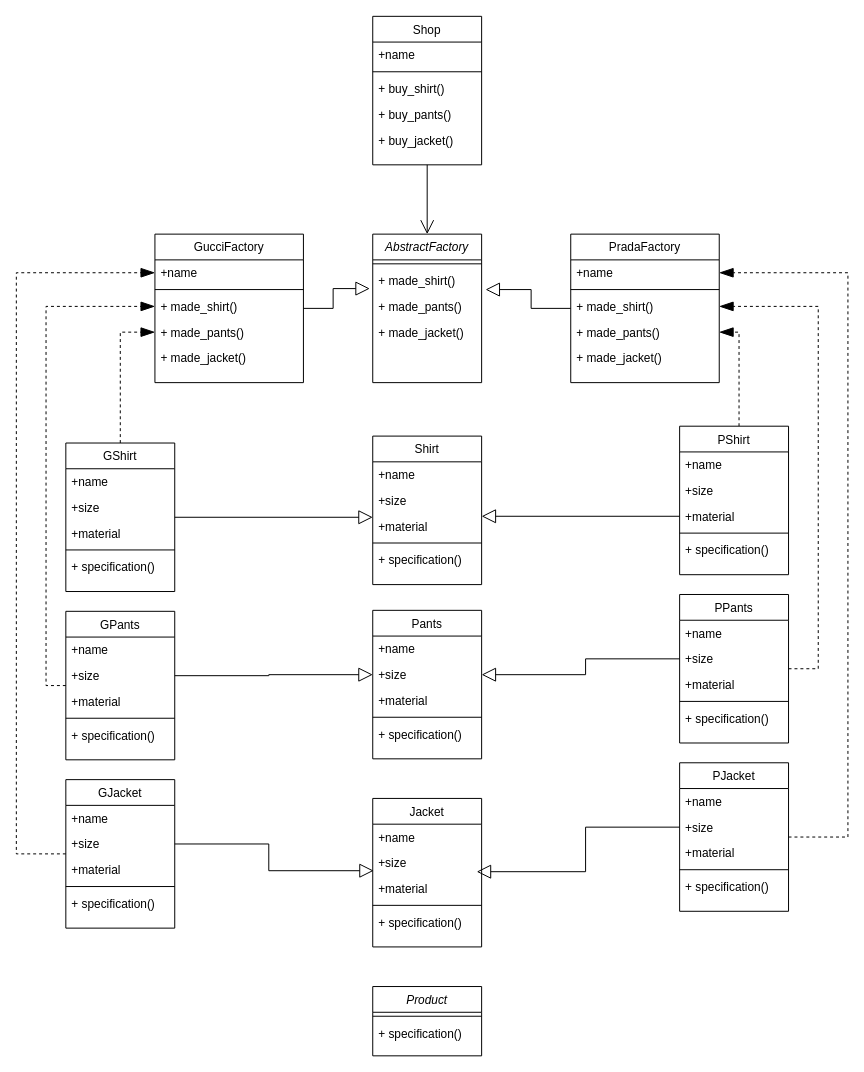
This is abstract_factory_UML.drawio from cookArehere/patterns, a draw.io file, before an edit. Source tidied: cells renumbered, new cells numbered last; positions are measured from the earlier drawing's top-left corner, leaving out a move shared by most shapes. Both pictures are drawn from the tidied source at 99%, with x=0, y=0 at pixel (16, 16).
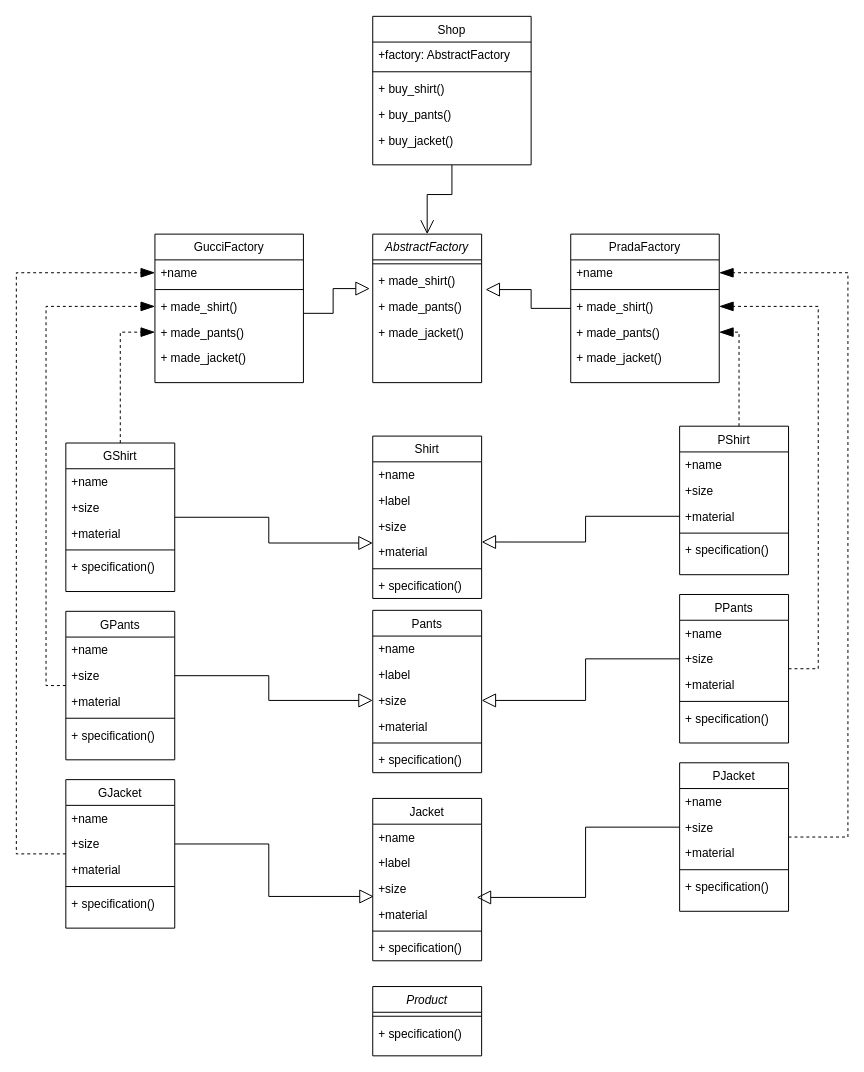
The same diagram, later.

Unchanged cells that the change refers to:
```xml
<mxCell id="4" value="+ made_shirt()" style="text;align=left;verticalAlign=top;spacingLeft=4;spacingRight=4;overflow=hidden;points=[[0,0.5],[1,0.5]];portConstraint=eastwest;" parent="2" vertex="1">
  <mxGeometry y="34" width="110" height="26" as="geometry" />
</mxCell>
<mxCell id="43" value="GucciFactory" style="swimlane;fontStyle=0;align=center;verticalAlign=top;horizontal=1;startSize=26;rounded=0;shadow=0;strokeWidth=1;" parent="28" vertex="1">
  <mxGeometry x="90" width="150" height="150" as="geometry" />
</mxCell>
```

The edit, as a diff of the source:
```diff
@@
     <mxCell id="10" value="Shirt" style="swimlane;fontStyle=0;align=center;verticalAlign=top;horizontal=1;startSize=26;rounded=0;shadow=0;strokeWidth=1;" parent="1" vertex="1">
-      <mxGeometry x="360" y="424" width="110" height="150" as="geometry" />
+      <mxGeometry x="360" y="424" width="110" height="164" as="geometry" />
     </mxCell>
@@
+    <mxCell id="99" value="+label" style="text;align=left;verticalAlign=top;spacingLeft=4;spacingRight=4;overflow=hidden;" parent="10" vertex="1">
+      <mxGeometry y="52" width="110" height="26" as="geometry" />
+    </mxCell>
     <mxCell id="12" value="+size" style="text;align=left;verticalAlign=top;spacingLeft=4;spacingRight=4;overflow=hidden;" parent="10" vertex="1">
-      <mxGeometry y="52" width="110" height="26" as="geometry" />
+      <mxGeometry y="78" width="110" height="26" as="geometry" />
     </mxCell>
     <mxCell id="13" value="+material" style="text;align=left;verticalAlign=top;spacingLeft=4;spacingRight=4;overflow=hidden;points=[[0,0.5],[1,0.5]];portConstraint=eastwest;" parent="10" vertex="1">
-      <mxGeometry y="78" width="110" height="26" as="geometry" />
+      <mxGeometry y="104" width="110" height="26" as="geometry" />
     </mxCell>
     <mxCell id="14" style="line;html=1;strokeWidth=1;align=left;verticalAlign=middle;spacingTop=-1;spacingLeft=3;spacingRight=3;labelPosition=right;" parent="10" vertex="1">
-      <mxGeometry y="104" width="110" height="8" as="geometry" />
+      <mxGeometry y="130" width="110" height="8" as="geometry" />
     </mxCell>
     <mxCell id="15" value="+ specification()" style="text;align=left;verticalAlign=top;spacingLeft=4;spacingRight=4;overflow=hidden;" parent="10" vertex="1">
-      <mxGeometry y="112" width="110" height="26" as="geometry" />
+      <mxGeometry y="138" width="110" height="26" as="geometry" />
     </mxCell>
     <mxCell id="16" value="Pants" style="swimlane;fontStyle=0;align=center;verticalAlign=top;horizontal=1;startSize=26;rounded=0;shadow=0;strokeWidth=1;" parent="1" vertex="1">
-      <mxGeometry x="360" y="600" width="110" height="150" as="geometry" />
+      <mxGeometry x="360" y="600" width="110" height="164" as="geometry" />
     </mxCell>
@@
+    <mxCell id="100" value="+label" style="text;align=left;verticalAlign=top;spacingLeft=4;spacingRight=4;overflow=hidden;" parent="16" vertex="1">
+      <mxGeometry y="52" width="110" height="26" as="geometry" />
+    </mxCell>
     <mxCell id="18" value="+size" style="text;align=left;verticalAlign=top;spacingLeft=4;spacingRight=4;overflow=hidden;points=[[0,0.5],[1,0.5]];portConstraint=eastwest;" parent="16" vertex="1">
-      <mxGeometry y="52" width="110" height="26" as="geometry" />
+      <mxGeometry y="78" width="110" height="26" as="geometry" />
     </mxCell>
     <mxCell id="19" value="+material" style="text;align=left;verticalAlign=top;spacingLeft=4;spacingRight=4;overflow=hidden;" parent="16" vertex="1">
-      <mxGeometry y="78" width="110" height="26" as="geometry" />
+      <mxGeometry y="104" width="110" height="26" as="geometry" />
     </mxCell>
     <mxCell id="20" style="line;html=1;strokeWidth=1;align=left;verticalAlign=middle;spacingTop=-1;spacingLeft=3;spacingRight=3;labelPosition=right;" parent="16" vertex="1">
-      <mxGeometry y="104" width="110" height="8" as="geometry" />
+      <mxGeometry y="130" width="110" height="8" as="geometry" />
     </mxCell>
     <mxCell id="21" value="+ specification()" style="text;align=left;verticalAlign=top;spacingLeft=4;spacingRight=4;overflow=hidden;" parent="16" vertex="1">
-      <mxGeometry y="112" width="110" height="26" as="geometry" />
+      <mxGeometry y="138" width="110" height="26" as="geometry" />
     </mxCell>
     <mxCell id="22" value="Jacket" style="swimlane;fontStyle=0;align=center;verticalAlign=top;horizontal=1;startSize=26;rounded=0;shadow=0;strokeWidth=1;" parent="1" vertex="1">
-      <mxGeometry x="360" y="790" width="110" height="150" as="geometry" />
+      <mxGeometry x="360" y="790" width="110" height="164" as="geometry" />
     </mxCell>
@@
+    <mxCell id="101" value="+label" style="text;align=left;verticalAlign=top;spacingLeft=4;spacingRight=4;overflow=hidden;" parent="22" vertex="1">
+      <mxGeometry y="52" width="110" height="26" as="geometry" />
+    </mxCell>
     <mxCell id="24" value="+size" style="text;align=left;verticalAlign=top;spacingLeft=4;spacingRight=4;overflow=hidden;points=[[0,0.5],[1,0.5]];portConstraint=eastwest;" parent="22" vertex="1">
-      <mxGeometry y="52" width="110" height="26" as="geometry" />
+      <mxGeometry y="78" width="110" height="26" as="geometry" />
     </mxCell>
     <mxCell id="25" value="+material" style="text;align=left;verticalAlign=top;spacingLeft=4;spacingRight=4;overflow=hidden;points=[[0,0.5],[1,0.5]];portConstraint=eastwest;" parent="22" vertex="1">
-      <mxGeometry y="78" width="110" height="26" as="geometry" />
+      <mxGeometry y="104" width="110" height="26" as="geometry" />
     </mxCell>
     <mxCell id="26" style="line;html=1;strokeWidth=1;align=left;verticalAlign=middle;spacingTop=-1;spacingLeft=3;spacingRight=3;labelPosition=right;" parent="22" vertex="1">
-      <mxGeometry y="104" width="110" height="8" as="geometry" />
+      <mxGeometry y="130" width="110" height="8" as="geometry" />
     </mxCell>
     <mxCell id="27" value="+ specification()" style="text;align=left;verticalAlign=top;spacingLeft=4;spacingRight=4;overflow=hidden;" parent="22" vertex="1">
-      <mxGeometry y="112" width="110" height="26" as="geometry" />
+      <mxGeometry y="138" width="110" height="26" as="geometry" />
     </mxCell>
@@
     <mxCell id="84" style="edgeStyle=orthogonalEdgeStyle;rounded=0;jettySize=auto;html=1;entryX=-0.027;entryY=0.808;entryDx=0;entryDy=0;entryPerimeter=0;endArrow=block;endFill=0;endSize=12;" parent="1" edge="1" source="43" target="4">
-      <mxGeometry relative="1" as="geometry" />
+      <mxGeometry relative="1" as="geometry">
+        <Array as="points">
+          <mxPoint x="320" y="300" />
+          <mxPoint x="320" y="275" />
+        </Array>
+      </mxGeometry>
     </mxCell>
@@
     <mxCell id="93" value="Shop" style="swimlane;fontStyle=0;align=center;verticalAlign=top;horizontal=1;startSize=26;rounded=0;shadow=0;strokeWidth=1;" parent="1" vertex="1">
-      <mxGeometry x="360" width="110" height="150" as="geometry" />
+      <mxGeometry x="360" width="160" height="150" as="geometry" />
     </mxCell>
-    <mxCell id="94" value="+name" style="text;align=left;verticalAlign=top;spacingLeft=4;spacingRight=4;overflow=hidden;" parent="93" vertex="1">
-      <mxGeometry y="26" width="110" height="26" as="geometry" />
+    <mxCell id="94" value="+factory: AbstractFactory" style="text;align=left;verticalAlign=top;spacingLeft=4;spacingRight=4;overflow=hidden;" parent="93" vertex="1">
+      <mxGeometry y="26" width="160" height="26" as="geometry" />
     </mxCell>
     <mxCell id="95" style="line;html=1;strokeWidth=1;align=left;verticalAlign=middle;spacingTop=-1;spacingLeft=3;spacingRight=3;labelPosition=right;" parent="93" vertex="1">
-      <mxGeometry y="52" width="110" height="8" as="geometry" />
+      <mxGeometry y="52" width="160" height="8" as="geometry" />
     </mxCell>
     <mxCell id="96" value="+ buy_shirt()" style="text;align=left;verticalAlign=top;spacingLeft=4;spacingRight=4;overflow=hidden;" parent="93" vertex="1">
-      <mxGeometry y="60" width="110" height="26" as="geometry" />
+      <mxGeometry y="60" width="160" height="26" as="geometry" />
     </mxCell>
     <mxCell id="97" value="+ buy_pants()" style="text;align=left;verticalAlign=top;spacingLeft=4;spacingRight=4;overflow=hidden;" parent="93" vertex="1">
-      <mxGeometry y="86" width="110" height="26" as="geometry" />
+      <mxGeometry y="86" width="160" height="26" as="geometry" />
     </mxCell>
     <mxCell id="98" value="+ buy_jacket()" style="text;align=left;verticalAlign=top;spacingLeft=4;spacingRight=4;overflow=hidden;" parent="93" vertex="1">
-      <mxGeometry y="112" width="110" height="26" as="geometry" />
+      <mxGeometry y="112" width="160" height="26" as="geometry" />
     </mxCell>
```
